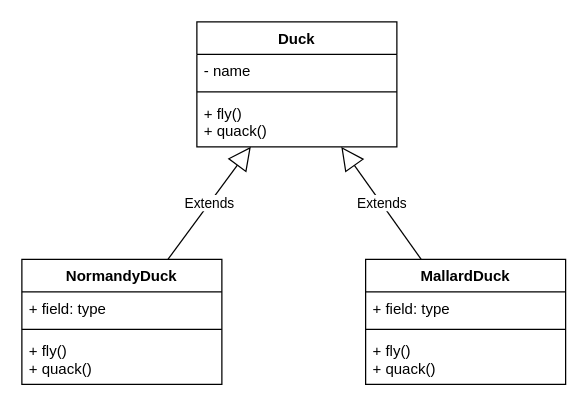
This is design_pattern/schemas.drawio from argonaultes-public/hexagone-b2-paris-2025-tp1-reminder-oo, a draw.io file, before an edit. Source tidied: cells renumbered, new cells numbered last; positions are measured from the earlier drawing's top-left corner, leaving out a move shared by most shapes. Both pictures are drawn from the tidied source at 125%, with x=0, y=0 at pixel (21, 21).
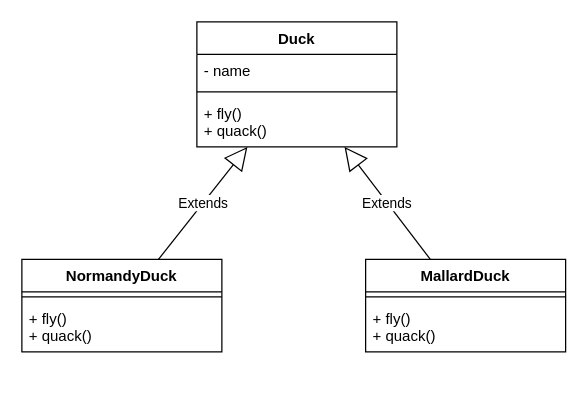
The same diagram, later.

Diff of the diagram source:
```diff
@@
 <mxGraphModel>
   <root>
     <mxCell id="0" />
     <mxCell id="1" parent="0" />
     <mxCell id="2" value="Duck" style="swimlane;fontStyle=1;align=center;verticalAlign=top;horizontal=1;startSize=26;" parent="1" vertex="1">
       <mxGeometry x="140" width="160" height="100" as="geometry" />
     </mxCell>
     <mxCell id="3" value="- name" style="text;strokeColor=none;fillColor=none;align=left;verticalAlign=top;spacingLeft=4;spacingRight=4;overflow=hidden;" parent="2" vertex="1">
       <mxGeometry y="26" width="160" height="26" as="geometry" />
     </mxCell>
     <mxCell id="4" style="line;strokeWidth=1;fillColor=none;align=left;verticalAlign=middle;spacingTop=-1;spacingLeft=3;spacingRight=3;labelPosition=right;strokeColor=inherit;" parent="2" vertex="1">
       <mxGeometry y="52" width="160" height="8" as="geometry" />
     </mxCell>
     <mxCell id="5" value="+ fly()&#10;+ quack()" style="text;strokeColor=none;fillColor=none;align=left;verticalAlign=top;spacingLeft=4;spacingRight=4;overflow=hidden;" parent="2" vertex="1">
       <mxGeometry y="60" width="160" height="40" as="geometry" />
     </mxCell>
     <mxCell id="6" value="NormandyDuck" style="swimlane;fontStyle=1;align=center;verticalAlign=top;horizontal=1;startSize=26;" parent="1" vertex="1">
-      <mxGeometry y="190" width="160" height="100" as="geometry" />
+      <mxGeometry y="190" width="160" height="74" as="geometry" />
     </mxCell>
-    <mxCell id="7" value="+ field: type" style="text;strokeColor=none;fillColor=none;align=left;verticalAlign=top;spacingLeft=4;spacingRight=4;overflow=hidden;" parent="6" vertex="1">
-      <mxGeometry y="26" width="160" height="26" as="geometry" />
-    </mxCell>
     <mxCell id="8" style="line;strokeWidth=1;fillColor=none;align=left;verticalAlign=middle;spacingTop=-1;spacingLeft=3;spacingRight=3;labelPosition=right;strokeColor=inherit;" parent="6" vertex="1">
-      <mxGeometry y="52" width="160" height="8" as="geometry" />
+      <mxGeometry y="26" width="160" height="8" as="geometry" />
     </mxCell>
     <mxCell id="9" value="+ fly()&#10;+ quack()" style="text;strokeColor=none;fillColor=none;align=left;verticalAlign=top;spacingLeft=4;spacingRight=4;overflow=hidden;" parent="6" vertex="1">
-      <mxGeometry y="60" width="160" height="40" as="geometry" />
+      <mxGeometry y="34" width="160" height="40" as="geometry" />
     </mxCell>
     <mxCell id="10" value="MallardDuck" style="swimlane;fontStyle=1;align=center;verticalAlign=top;horizontal=1;startSize=26;" parent="1" vertex="1">
-      <mxGeometry x="275" y="190" width="160" height="100" as="geometry" />
+      <mxGeometry x="275" y="190" width="160" height="74" as="geometry" />
     </mxCell>
-    <mxCell id="11" value="+ field: type" style="text;strokeColor=none;fillColor=none;align=left;verticalAlign=top;spacingLeft=4;spacingRight=4;overflow=hidden;" parent="10" vertex="1">
-      <mxGeometry y="26" width="160" height="26" as="geometry" />
-    </mxCell>
     <mxCell id="12" style="line;strokeWidth=1;fillColor=none;align=left;verticalAlign=middle;spacingTop=-1;spacingLeft=3;spacingRight=3;labelPosition=right;strokeColor=inherit;" parent="10" vertex="1">
-      <mxGeometry y="52" width="160" height="8" as="geometry" />
+      <mxGeometry y="26" width="160" height="8" as="geometry" />
     </mxCell>
     <mxCell id="13" value="+ fly()&#10;+ quack()" style="text;strokeColor=none;fillColor=none;align=left;verticalAlign=top;spacingLeft=4;spacingRight=4;overflow=hidden;" parent="10" vertex="1">
-      <mxGeometry y="60" width="160" height="40" as="geometry" />
+      <mxGeometry y="34" width="160" height="40" as="geometry" />
     </mxCell>
     <mxCell id="14" value="Extends" style="endArrow=block;endSize=16;endFill=0;html=1;" parent="1" edge="1" source="6" target="2">
       <mxGeometry relative="1" as="geometry" />
     </mxCell>
     <mxCell id="15" value="Extends" style="endArrow=block;endSize=16;endFill=0;html=1;" parent="1" edge="1" source="10" target="2">
       <mxGeometry relative="1" as="geometry" />
     </mxCell>
   </root>
 </mxGraphModel>
```
